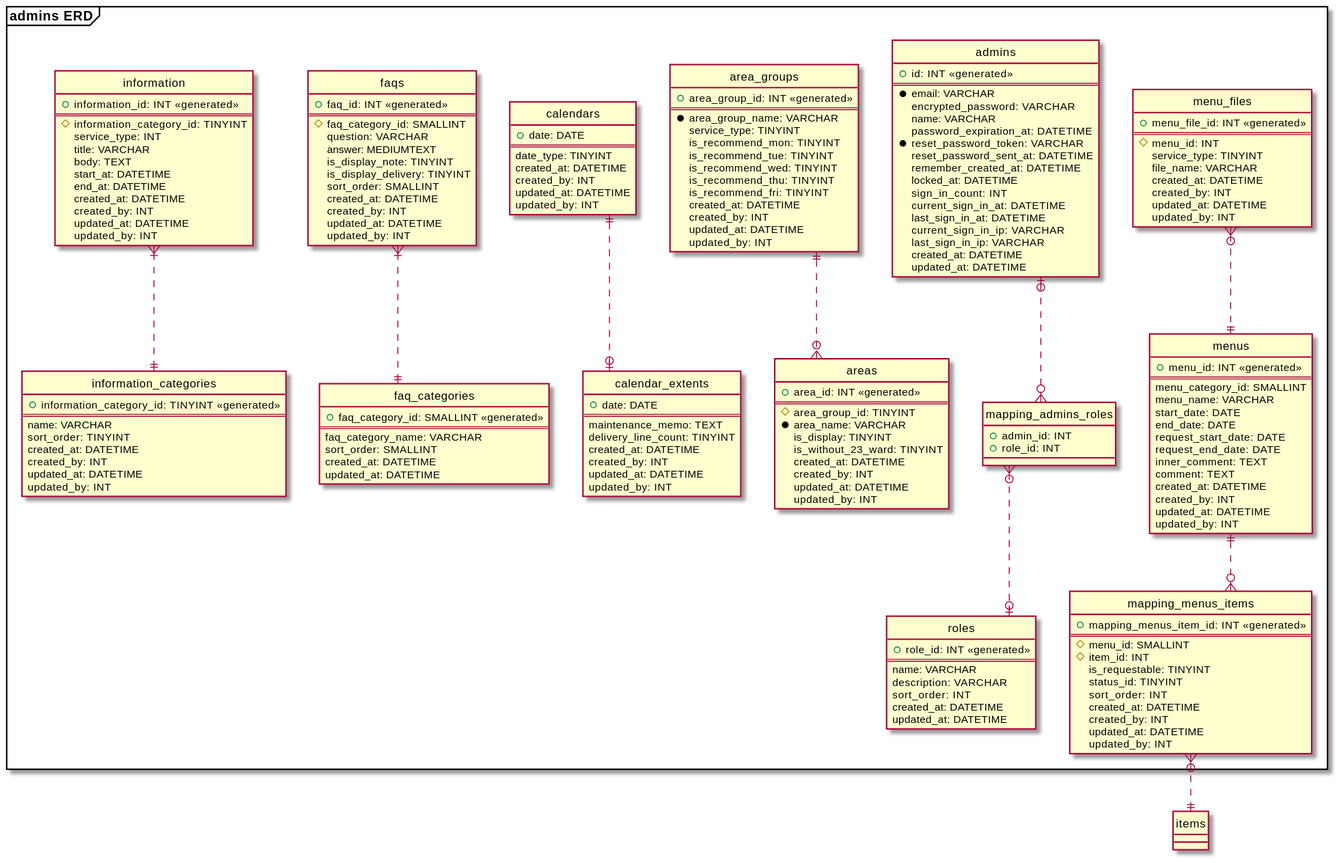
The PlantUML diagram image/svg/admin_erd.svg in kim-yuchul-okan/subsystem-erd, before a commit.
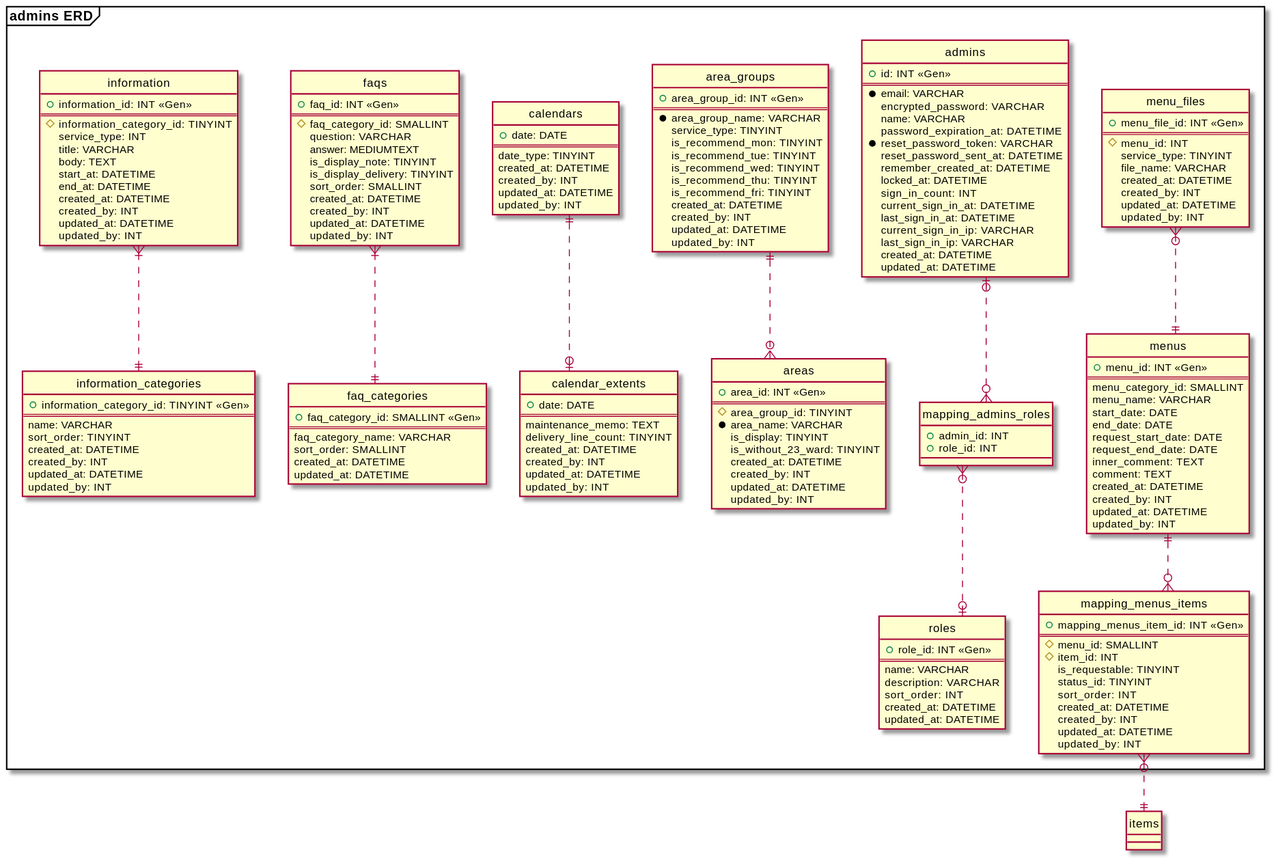
After the change.

Diff of the diagram source:
```diff
@@ -5,8 +5,8 @@
 skinparam linetype ortho
 
 frame "admins ERD" {
-  entity "admins" as admins {
-    + id: INT  <<generated>>
+  entity "admins" {
+    + id: INT  <<Gen>>
     ==
     * email: VARCHAR
     encrypted_password: VARCHAR
@@ -29,7 +29,7 @@
     + role_id: INT
   }
   entity "roles" {
-    + role_id: INT <<generated>>
+    + role_id: INT <<Gen>>
     ==
     name: VARCHAR
     description: VARCHAR
@@ -38,7 +38,7 @@
     updated_at: DATETIME
   }
   entity "area_groups" {
-    + area_group_id: INT <<generated>>
+    + area_group_id: INT <<Gen>>
     ==
     * area_group_name: VARCHAR
     service_type: TINYINT
@@ -53,7 +53,7 @@
     updated_by: INT
   }
   entity "areas" {
-    + area_id: INT <<generated>>
+    + area_id: INT <<Gen>>
     ==
     # area_group_id: TINYINT
     * area_name: VARCHAR
@@ -84,7 +84,7 @@
     updated_by: INT
   }
   entity "faq_categories" {
-    + faq_category_id: SMALLINT <<generated>>
+    + faq_category_id: SMALLINT <<Gen>>
     ==
     faq_category_name: VARCHAR
     sort_order: SMALLINT
@@ -92,7 +92,7 @@
     updated_at: DATETIME
   }
   entity "faqs" {
-    + faq_id: INT <<generated>>
+    + faq_id: INT <<Gen>>
     ==
     # faq_category_id: SMALLINT
     question: VARCHAR
@@ -106,7 +106,7 @@
     updated_by: INT
   }
   entity "information" {
-    + information_id: INT <<generated>>
+    + information_id: INT <<Gen>>
     ==
     # information_category_id: TINYINT
     service_type: INT
@@ -120,7 +120,7 @@
     updated_by: INT
   }
   entity "information_categories" {
-    + information_category_id: TINYINT <<generated>>
+    + information_category_id: TINYINT <<Gen>>
     ==
     name: VARCHAR
     sort_order: TINYINT
@@ -130,7 +130,7 @@
     updated_by: INT
   }
   entity "menu_files" {
-    + menu_file_id: INT <<generated>>
+    + menu_file_id: INT <<Gen>>
     ==
     # menu_id: INT
     service_type: TINYINT
@@ -141,7 +141,7 @@
     updated_by: INT
   }
   entity "menus" {
-    + menu_id: INT <<generated>>
+    + menu_id: INT <<Gen>>
     ==
     menu_category_id: SMALLINT
     menu_name: VARCHAR
@@ -157,7 +157,7 @@
     updated_by: INT
   }
   entity "mapping_menus_items" {
-    + mapping_menus_item_id: INT <<generated>>
+    + mapping_menus_item_id: INT <<Gen>>
     ==
     # menu_id: SMALLINT
     # item_id: INT
@@ -169,7 +169,6 @@
     updated_at: DATETIME
     updated_by: INT
   }
-
   admins |o.d.o{ mapping_admins_roles
   mapping_admins_roles }o..o| roles
   area_groups ||..o{ areas
```
